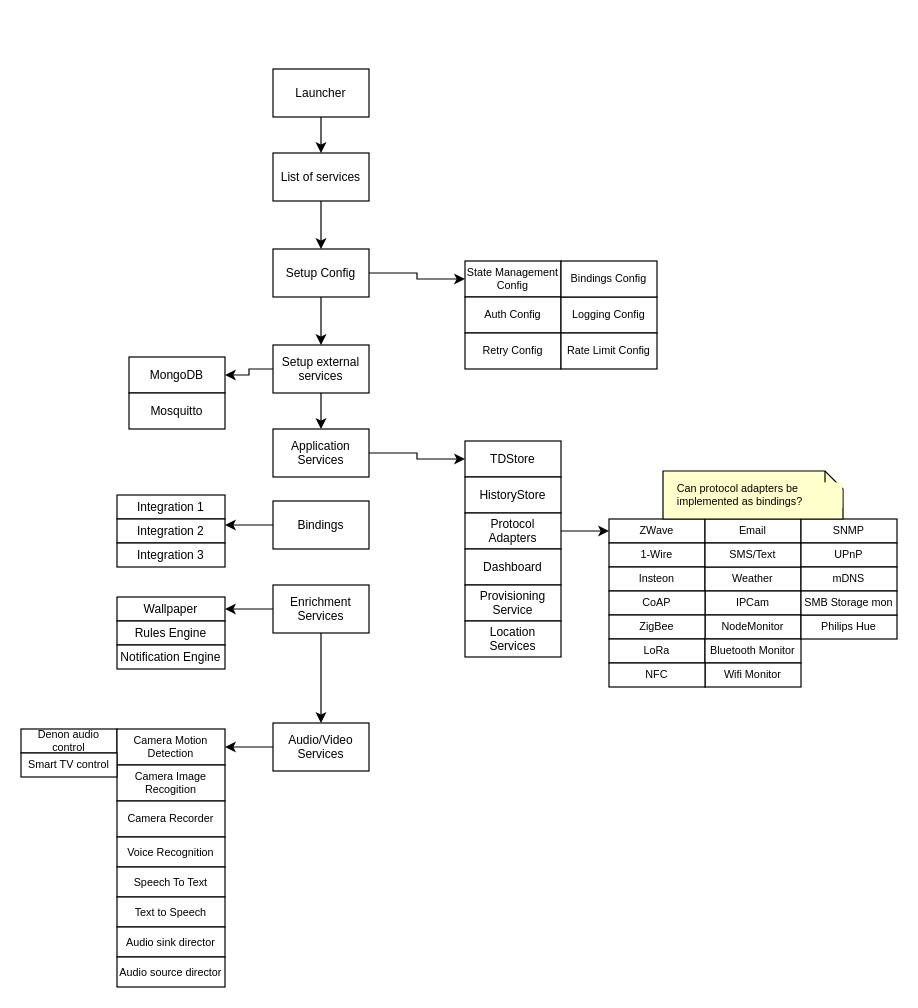
Before: page "Startup" (3 of 4) of docs/hub-overview.drawio in hiveot/hub.capnp, a draw.io diagram. Source tidied: cells renumbered, new cells numbered last; positions are measured from the earlier drawing's top-left corner, leaving out a move shared by most shapes. Both pictures are drawn from the tidied source at 120%, with x=0, y=0 at pixel (20, 68).
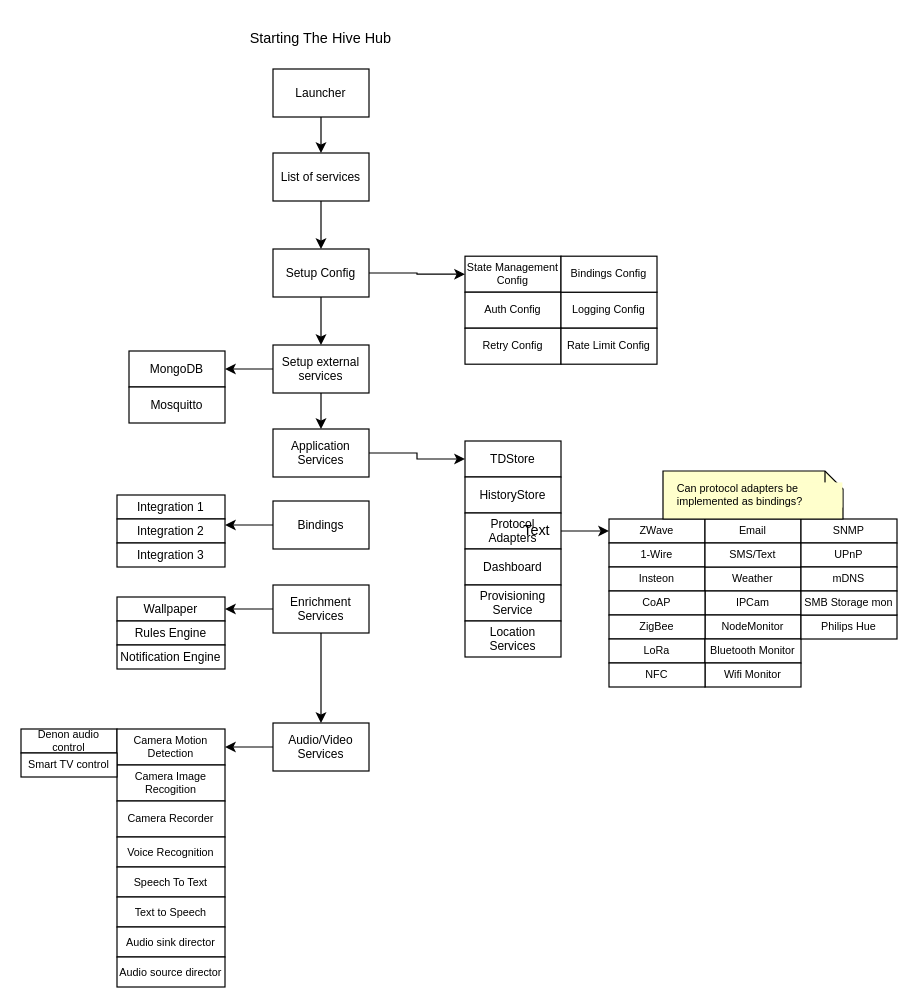
The same diagram, later.

Diff of the diagram source:
```diff
@@
     <mxCell id="14" value="State Management Config" style="rounded=0;whiteSpace=wrap;html=1;fontSize=9;" parent="1" vertex="1">
-      <mxGeometry x="370" y="160" width="80" height="30" as="geometry" />
+      <mxGeometry x="370" y="156" width="80" height="30" as="geometry" />
     </mxCell>
     <mxCell id="15" value="Auth Config" style="rounded=0;whiteSpace=wrap;html=1;fontSize=9;" parent="1" vertex="1">
-      <mxGeometry x="370" y="190" width="80" height="30" as="geometry" />
+      <mxGeometry x="370" y="186" width="80" height="30" as="geometry" />
     </mxCell>
     <mxCell id="16" value="Logging Config" style="rounded=0;whiteSpace=wrap;html=1;fontSize=9;" parent="1" vertex="1">
-      <mxGeometry x="450" y="190" width="80" height="30" as="geometry" />
+      <mxGeometry x="450" y="186" width="80" height="30" as="geometry" />
     </mxCell>
     <mxCell id="17" value="Retry Config" style="rounded=0;whiteSpace=wrap;html=1;fontSize=9;" parent="1" vertex="1">
-      <mxGeometry x="370" y="220" width="80" height="30" as="geometry" />
+      <mxGeometry x="370" y="216" width="80" height="30" as="geometry" />
     </mxCell>
     <mxCell id="18" value="Rate Limit Config" style="rounded=0;whiteSpace=wrap;html=1;fontSize=9;" parent="1" vertex="1">
-      <mxGeometry x="450" y="220" width="80" height="30" as="geometry" />
+      <mxGeometry x="450" y="216" width="80" height="30" as="geometry" />
     </mxCell>
@@
     <mxCell id="30" value="MongoDB" style="rounded=0;whiteSpace=wrap;html=1;fontSize=10;" parent="1" vertex="1">
-      <mxGeometry x="90" y="240" width="80" height="30" as="geometry" />
+      <mxGeometry x="90" y="235" width="80" height="30" as="geometry" />
     </mxCell>
     <mxCell id="31" value="Mosquitto" style="rounded=0;whiteSpace=wrap;html=1;fontSize=10;" parent="1" vertex="1">
-      <mxGeometry x="90" y="270" width="80" height="30" as="geometry" />
+      <mxGeometry x="90" y="265" width="80" height="30" as="geometry" />
     </mxCell>
@@
     <mxCell id="41" value="Bindings Config" style="rounded=0;whiteSpace=wrap;html=1;fontSize=9;" parent="1" vertex="1">
-      <mxGeometry x="450" y="160" width="80" height="30" as="geometry" />
+      <mxGeometry x="450" y="156" width="80" height="30" as="geometry" />
     </mxCell>
@@
+    <mxCell id="72" value="Text" style="text;html=1;strokeColor=none;fillColor=none;align=center;verticalAlign=middle;whiteSpace=wrap;rounded=0;" parent="1" vertex="1">
+      <mxGeometry x="400" y="370" width="60" height="30" as="geometry" />
+    </mxCell>
+    <mxCell id="73" value="Starting The Hive Hub" style="text;html=1;strokeColor=none;fillColor=none;align=center;verticalAlign=middle;whiteSpace=wrap;rounded=0;" parent="1" vertex="1">
+      <mxGeometry x="160" y="-40" width="180" height="30" as="geometry" />
+    </mxCell>
```
